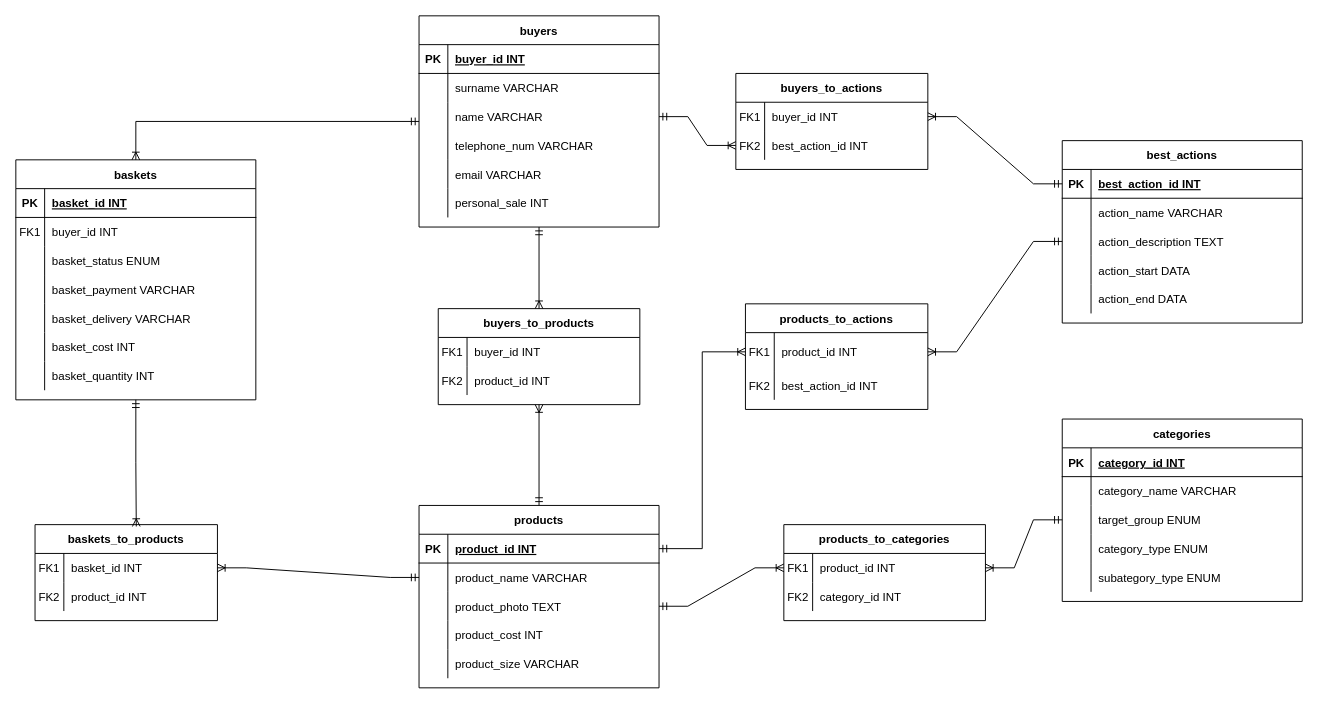
Before: Mukhametyanova_Nargiza/ERD/ERD.drawio in abdullahproff/BSA21_1, a draw.io diagram. Source tidied: cells renumbered, new cells numbered last; positions are measured from the earlier drawing's top-left corner, leaving out a move shared by most shapes. Both pictures are drawn from the tidied source at 96%, with x=0, y=0 at pixel (15, 15).
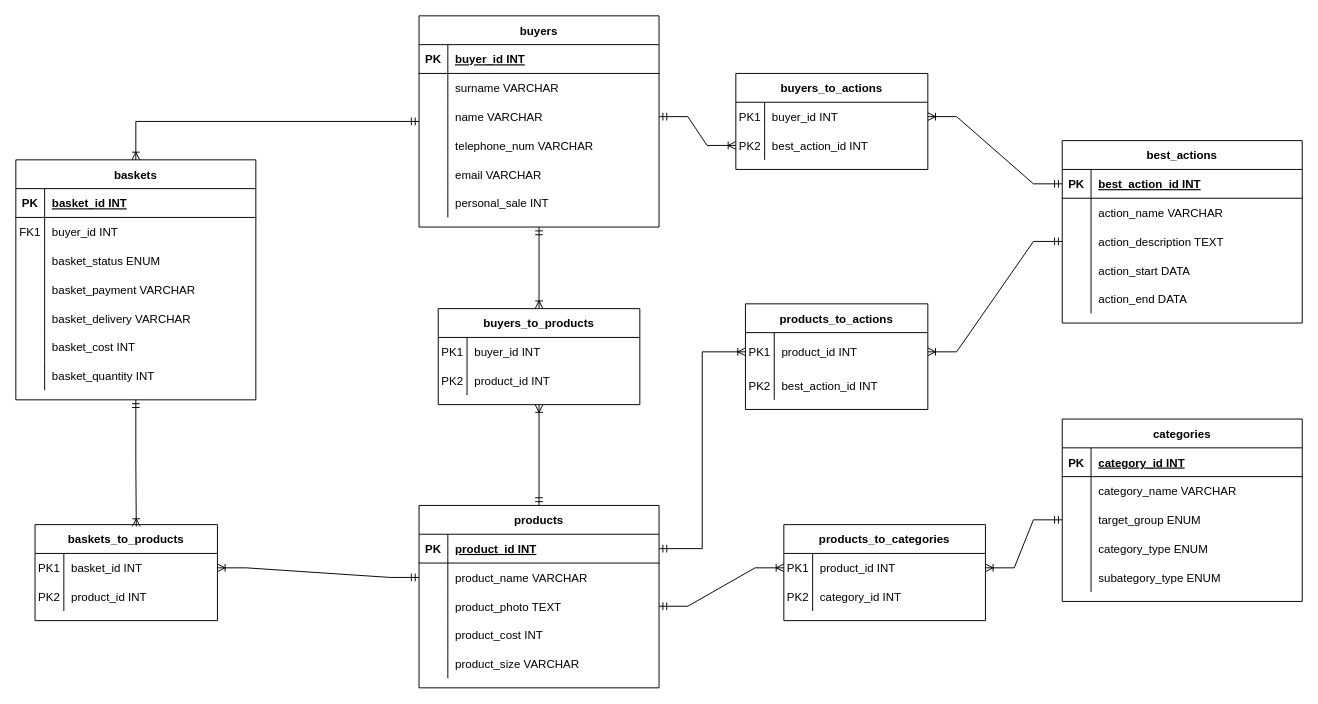
The same page after the edit.

The change refers to these unchanged cells:
```xml
<mxCell id="92" style="shape=partialRectangle;fillColor=none;points=[[0,0.5],[1,0.5]];portConstraint=eastwest;top=0;left=0;right=0;bottom=0;" parent="91" vertex="1">
  <mxGeometry y="30" width="200" height="30" as="geometry" />
</mxCell>
<mxCell id="95" style="shape=partialRectangle;fillColor=none;points=[[0,0.5],[1,0.5]];portConstraint=eastwest;top=0;left=0;right=0;bottom=0;" parent="91" vertex="1">
  <mxGeometry y="60" width="200" height="30" as="geometry" />
</mxCell>
<mxCell id="99" style="shape=partialRectangle;fillColor=none;points=[[0,0.5],[1,0.5]];portConstraint=eastwest;top=0;left=0;right=0;bottom=0;" parent="98" vertex="1">
  <mxGeometry y="30" width="190" height="40" as="geometry" />
</mxCell>
<mxCell id="102" style="shape=partialRectangle;fillColor=none;top=0;left=0;right=0;bottom=0;" parent="98" vertex="1">
  <mxGeometry y="70" width="190" height="30" as="geometry" />
</mxCell>
<mxCell id="106" style="shape=partialRectangle;fillColor=none;points=[[0,0.5],[1,0.5]];portConstraint=eastwest;top=0;left=0;right=0;bottom=0;" parent="105" vertex="1">
  <mxGeometry y="30" width="210" height="30" as="geometry" />
</mxCell>
<mxCell id="109" style="shape=partialRectangle;fillColor=none;top=0;left=0;right=0;bottom=0;" parent="105" vertex="1">
  <mxGeometry y="60" width="210" height="30" as="geometry" />
</mxCell>
<mxCell id="113" style="shape=partialRectangle;fillColor=none;points=[[0,0.5],[1,0.5]];portConstraint=eastwest;top=0;left=0;right=0;bottom=0;" parent="112" vertex="1">
  <mxGeometry y="30" width="190" height="30" as="geometry" />
</mxCell>
<mxCell id="116" style="shape=partialRectangle;fillColor=none;top=0;left=0;right=0;bottom=0;" parent="112" vertex="1">
  <mxGeometry y="60" width="190" height="30" as="geometry" />
</mxCell>
<mxCell id="120" style="shape=partialRectangle;fillColor=none;top=0;left=0;right=0;bottom=0;" parent="119" vertex="1">
  <mxGeometry y="30" width="210" height="30" as="geometry" />
</mxCell>
<mxCell id="123" style="shape=partialRectangle;fillColor=none;top=0;left=0;right=0;bottom=0;" parent="119" vertex="1">
  <mxGeometry y="60" width="210" height="30" as="geometry" />
</mxCell>
```

The edit, as a diff of the source:
```diff
@@
-    <mxCell id="93" value="FK1" style="shape=partialRectangle;overflow=hidden;fillColor=none;top=0;left=0;bottom=0;right=0;" parent="92" vertex="1">
+    <mxCell id="93" value="PK1" style="shape=partialRectangle;overflow=hidden;fillColor=none;top=0;left=0;bottom=0;right=0;" parent="92" vertex="1">
       <mxGeometry width="30" height="30" as="geometry" />
     </mxCell>
@@
-    <mxCell id="96" value="FK2" style="shape=partialRectangle;overflow=hidden;fillColor=none;top=0;left=0;bottom=0;right=0;" parent="95" vertex="1">
+    <mxCell id="96" value="PK2" style="shape=partialRectangle;overflow=hidden;fillColor=none;top=0;left=0;bottom=0;right=0;" parent="95" vertex="1">
       <mxGeometry width="30" height="30" as="geometry" />
     </mxCell>
@@
-    <mxCell id="100" value="FK1" style="shape=partialRectangle;overflow=hidden;fillColor=none;top=0;left=0;bottom=0;right=0;" parent="99" vertex="1">
+    <mxCell id="100" value="PK1" style="shape=partialRectangle;overflow=hidden;fillColor=none;top=0;left=0;bottom=0;right=0;" parent="99" vertex="1">
       <mxGeometry width="30" height="40" as="geometry" />
     </mxCell>
@@
-    <mxCell id="103" value="FK2" style="shape=partialRectangle;overflow=hidden;fillColor=none;top=0;left=0;bottom=0;right=0;" parent="102" vertex="1">
+    <mxCell id="103" value="PK2" style="shape=partialRectangle;overflow=hidden;fillColor=none;top=0;left=0;bottom=0;right=0;" parent="102" vertex="1">
       <mxGeometry width="30" height="30" as="geometry" />
     </mxCell>
@@
-    <mxCell id="107" value="FK1" style="shape=partialRectangle;overflow=hidden;fillColor=none;top=0;left=0;bottom=0;right=0;" parent="106" vertex="1">
+    <mxCell id="107" value="PK1" style="shape=partialRectangle;overflow=hidden;fillColor=none;top=0;left=0;bottom=0;right=0;" parent="106" vertex="1">
       <mxGeometry width="30" height="30" as="geometry" />
     </mxCell>
@@
-    <mxCell id="110" value="FK2" style="shape=partialRectangle;overflow=hidden;fillColor=none;top=0;left=0;bottom=0;right=0;" parent="109" vertex="1">
+    <mxCell id="110" value="PK2" style="shape=partialRectangle;overflow=hidden;fillColor=none;top=0;left=0;bottom=0;right=0;" parent="109" vertex="1">
       <mxGeometry width="30" height="30" as="geometry" />
     </mxCell>
@@
-    <mxCell id="114" value="FK1" style="shape=partialRectangle;overflow=hidden;fillColor=none;top=0;left=0;bottom=0;right=0;" parent="113" vertex="1">
+    <mxCell id="114" value="PK1" style="shape=partialRectangle;overflow=hidden;fillColor=none;top=0;left=0;bottom=0;right=0;" parent="113" vertex="1">
       <mxGeometry width="30" height="30" as="geometry" />
     </mxCell>
@@
-    <mxCell id="117" value="FK2" style="shape=partialRectangle;overflow=hidden;fillColor=none;top=0;left=0;bottom=0;right=0;" parent="116" vertex="1">
+    <mxCell id="117" value="PK2" style="shape=partialRectangle;overflow=hidden;fillColor=none;top=0;left=0;bottom=0;right=0;" parent="116" vertex="1">
       <mxGeometry width="30" height="30" as="geometry" />
     </mxCell>
@@
-    <mxCell id="121" value="FK1" style="shape=partialRectangle;overflow=hidden;fillColor=none;top=0;left=0;bottom=0;right=0;" parent="120" vertex="1">
+    <mxCell id="121" value="PK1" style="shape=partialRectangle;overflow=hidden;fillColor=none;top=0;left=0;bottom=0;right=0;" parent="120" vertex="1">
       <mxGeometry width="30" height="30" as="geometry" />
     </mxCell>
@@
-    <mxCell id="124" value="FK2" style="shape=partialRectangle;overflow=hidden;fillColor=none;top=0;left=0;bottom=0;right=0;" parent="123" vertex="1">
+    <mxCell id="124" value="PK2" style="shape=partialRectangle;overflow=hidden;fillColor=none;top=0;left=0;bottom=0;right=0;" parent="123" vertex="1">
       <mxGeometry width="30" height="30" as="geometry" />
     </mxCell>
```
